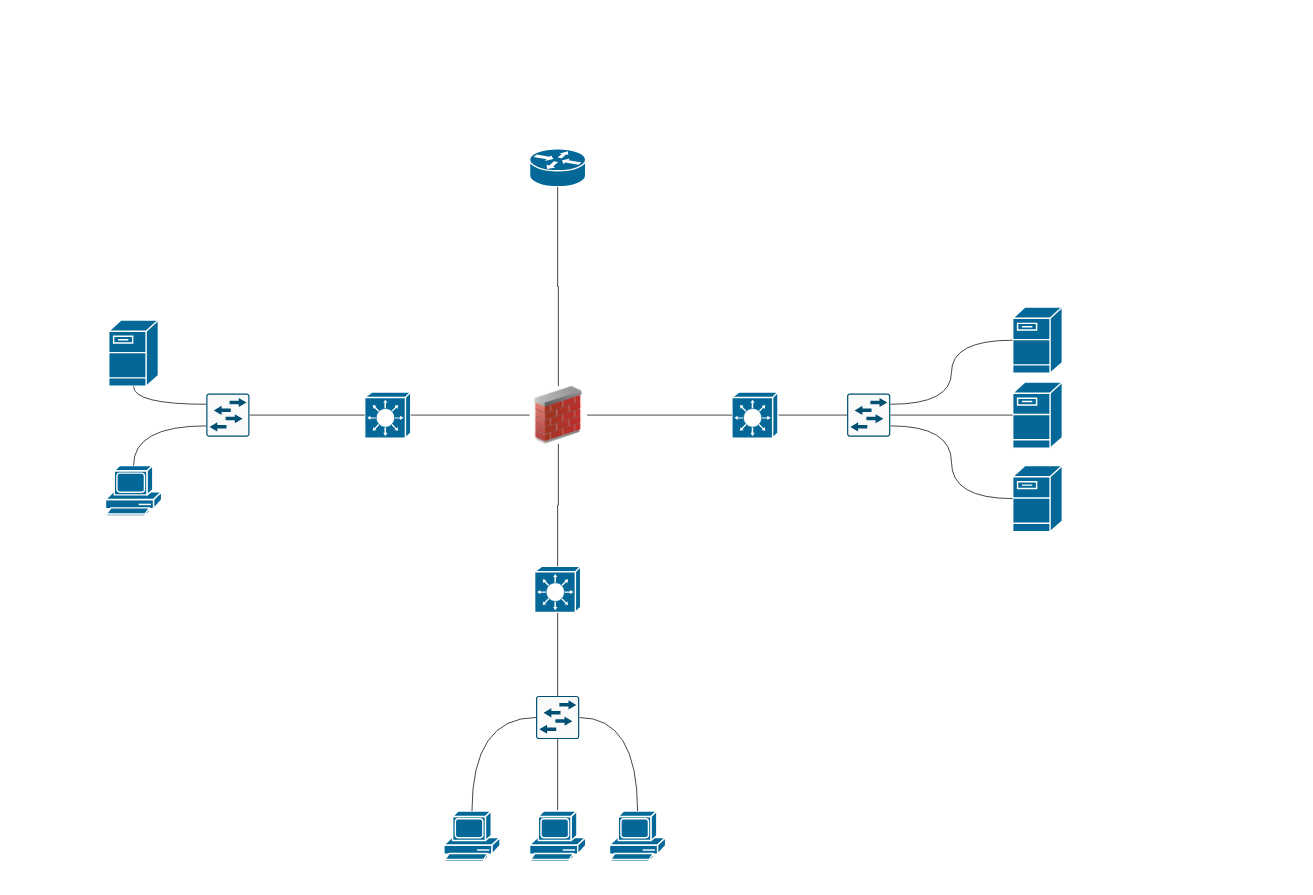
Before: Architecture_homelab.drawio in egoMasa/HomeLab, a draw.io diagram. Source tidied: cells renumbered, new cells numbered last; positions are measured from the earlier drawing's top-left corner, leaving out a move shared by most shapes. Both pictures are drawn from the tidied source at 72%, with x=0, y=0 at pixel (105, 148).
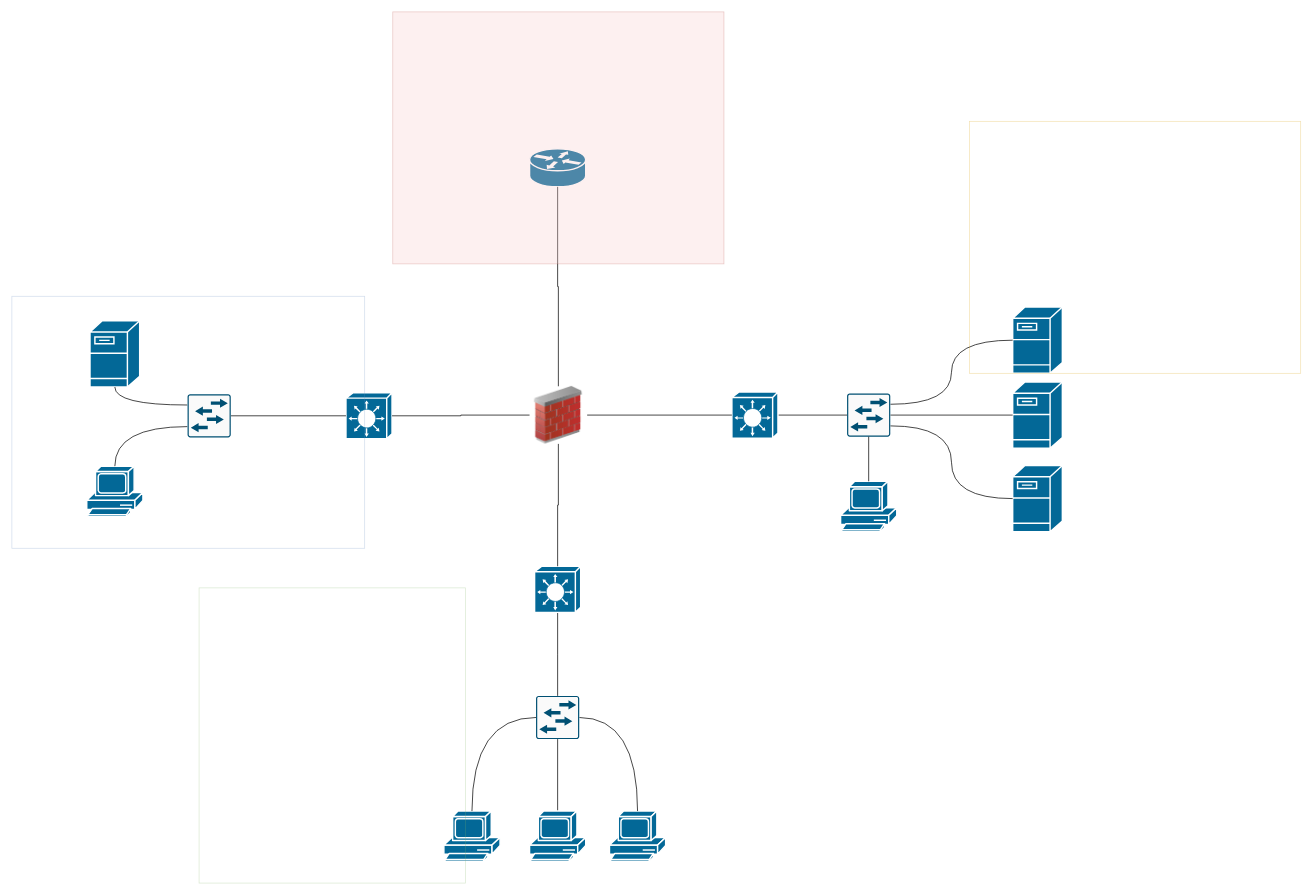
Above is the later version.

Commit message (it also covers changes not shown here):
Mettre à jour Architecture_homelab.drawio

Unchanged cells that the change refers to:
```xml
<mxCell id="31" style="sketch=0;points=[[0.015,0.015,0],[0.985,0.015,0],[0.985,0.985,0],[0.015,0.985,0],[0.25,0,0],[0.5,0,0],[0.75,0,0],[1,0.25,0],[1,0.5,0],[1,0.75,0],[0.75,1,0],[0.5,1,0],[0.25,1,0],[0,0.75,0],[0,0.5,0],[0,0.25,0]];verticalLabelPosition=bottom;html=1;verticalAlign=top;align=center;shape=mxgraph.cisco19.rect;prIcon=l2_switch;fillColor=#FAFAFA;strokeColor=#005073;" parent="1" vertex="1">
  <mxGeometry x="1030" y="340" width="60" height="60" as="geometry" />
</mxCell>
```

The edit, as a diff of the source:
```diff
@@
     <mxCell id="10" style="shape=mxgraph.cisco.switches.layer_3_switch;sketch=0;html=1;dashed=0;fillColor=#036897;strokeColor=#ffffff;strokeWidth=2;verticalLabelPosition=bottom;verticalAlign=top;align=center;outlineConnect=0;" parent="1" vertex="1">
-      <mxGeometry x="360" y="338" width="64" height="64" as="geometry" />
+      <mxGeometry x="334" y="339" width="64" height="64" as="geometry" />
     </mxCell>
@@
     <mxCell id="16" style="shape=mxgraph.cisco.servers.fileserver;sketch=0;html=1;dashed=0;fillColor=#036897;strokeColor=#ffffff;strokeWidth=2;verticalLabelPosition=bottom;verticalAlign=top;align=center;outlineConnect=0;" parent="1" vertex="1">
-      <mxGeometry x="4.5" y="238" width="69" height="92" as="geometry" />
+      <mxGeometry x="-21.5" y="239" width="69" height="92" as="geometry" />
     </mxCell>
     <mxCell id="17" style="shape=mxgraph.cisco.computers_and_peripherals.pc;sketch=0;html=1;dashed=0;fillColor=#036897;strokeColor=#ffffff;strokeWidth=2;verticalLabelPosition=bottom;verticalAlign=top;align=center;outlineConnect=0;" parent="1" vertex="1">
-      <mxGeometry y="440" width="78" height="70" as="geometry" />
+      <mxGeometry x="-26" y="441" width="78" height="70" as="geometry" />
     </mxCell>
@@
     <mxCell id="32" style="sketch=0;points=[[0.015,0.015,0],[0.985,0.015,0],[0.985,0.985,0],[0.015,0.985,0],[0.25,0,0],[0.5,0,0],[0.75,0,0],[1,0.25,0],[1,0.5,0],[1,0.75,0],[0.75,1,0],[0.5,1,0],[0.25,1,0],[0,0.75,0],[0,0.5,0],[0,0.25,0]];verticalLabelPosition=bottom;html=1;verticalAlign=top;align=center;shape=mxgraph.cisco19.rect;prIcon=l2_switch;fillColor=#FAFAFA;strokeColor=#005073;" parent="1" vertex="1">
-      <mxGeometry x="140" y="340" width="60" height="60" as="geometry" />
+      <mxGeometry x="114" y="341" width="60" height="60" as="geometry" />
     </mxCell>
+    <mxCell id="33" style="whiteSpace=wrap;html=1;fillColor=none;strokeColor=#d79b00;opacity=30;" parent="1" vertex="1">
+      <mxGeometry x="1200" y="-38" width="460" height="350" as="geometry" />
+    </mxCell>
+    <mxCell id="34" style="whiteSpace=wrap;html=1;fillColor=none;strokeColor=#6c8ebf;opacity=30;" parent="1" vertex="1">
+      <mxGeometry x="-130" y="205" width="490" height="350" as="geometry" />
+    </mxCell>
+    <mxCell id="35" style="whiteSpace=wrap;html=1;fillColor=none;strokeColor=#82b366;opacity=30;" parent="1" vertex="1">
+      <mxGeometry x="130" y="610" width="370" height="410" as="geometry" />
+    </mxCell>
+    <mxCell id="36" style="whiteSpace=wrap;html=1;fillColor=#f8cecc;strokeColor=#b85450;opacity=30;" parent="1" vertex="1">
+      <mxGeometry x="399" y="-190" width="460" height="350" as="geometry" />
+    </mxCell>
+    <mxCell id="37" style="shape=mxgraph.cisco.computers_and_peripherals.pc;sketch=0;html=1;dashed=0;fillColor=#036897;strokeColor=#ffffff;strokeWidth=2;verticalLabelPosition=bottom;verticalAlign=top;align=center;outlineConnect=0;" parent="1" vertex="1">
+      <mxGeometry x="1021" y="462" width="78" height="70" as="geometry" />
+    </mxCell>
+    <mxCell id="38" style="edgeStyle=orthogonalEdgeStyle;rounded=0;jettySize=auto;html=1;exitX=0.5;exitY=0;exitDx=0;exitDy=0;exitPerimeter=0;entryX=0.5;entryY=1;entryDx=0;entryDy=0;entryPerimeter=0;endArrow=none;endFill=0;" parent="1" edge="1" source="37" target="31">
+      <mxGeometry relative="1" as="geometry" />
+    </mxCell>
```
